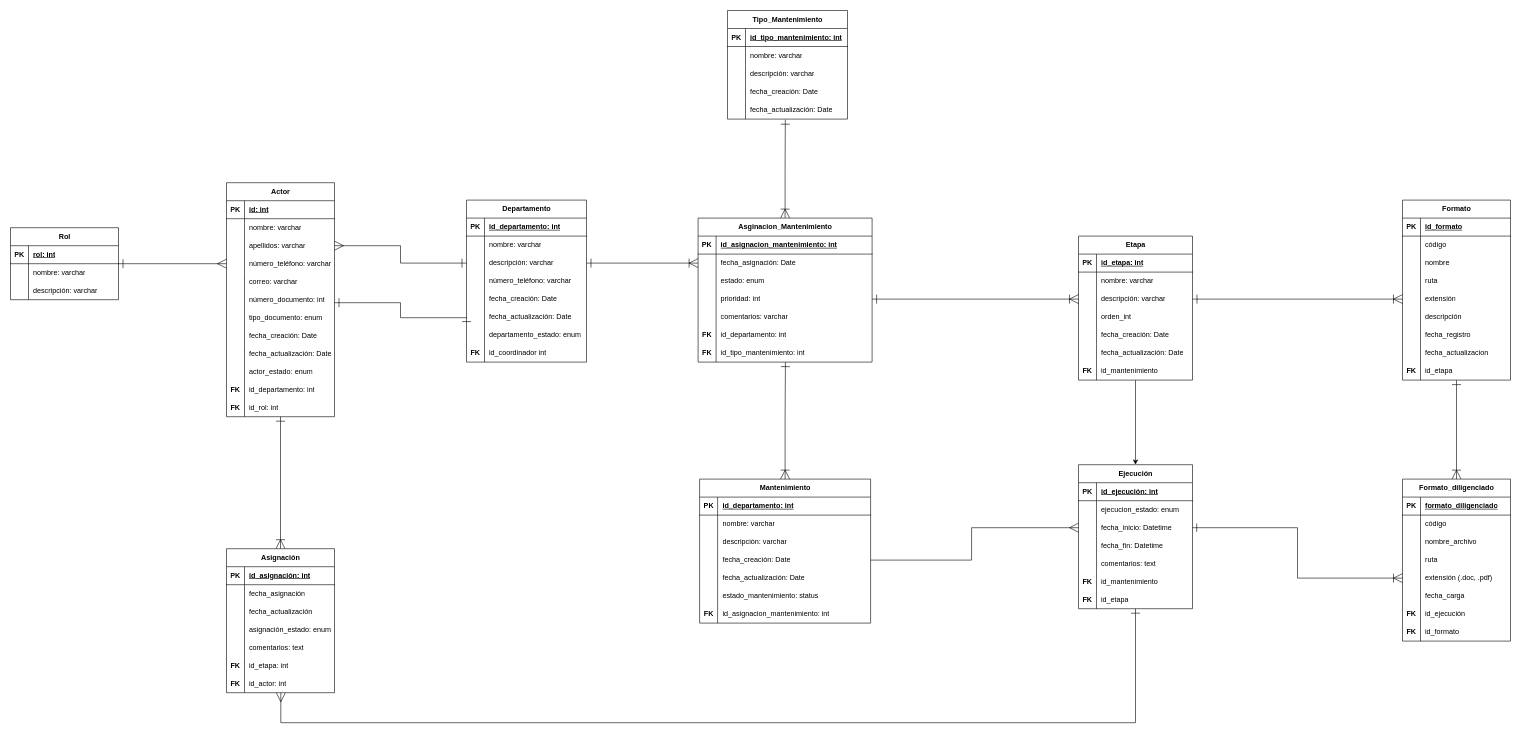
The draw.io diagram Relational model.drawio in DevKike/maintenance_management_system, before the edit. Source tidied: cells renumbered, new cells numbered last; positions are measured from the earlier drawing's top-left corner, leaving out a move shared by most shapes. Both pictures are drawn from the tidied source at 60%, with x=0, y=0 at pixel (10, 10).
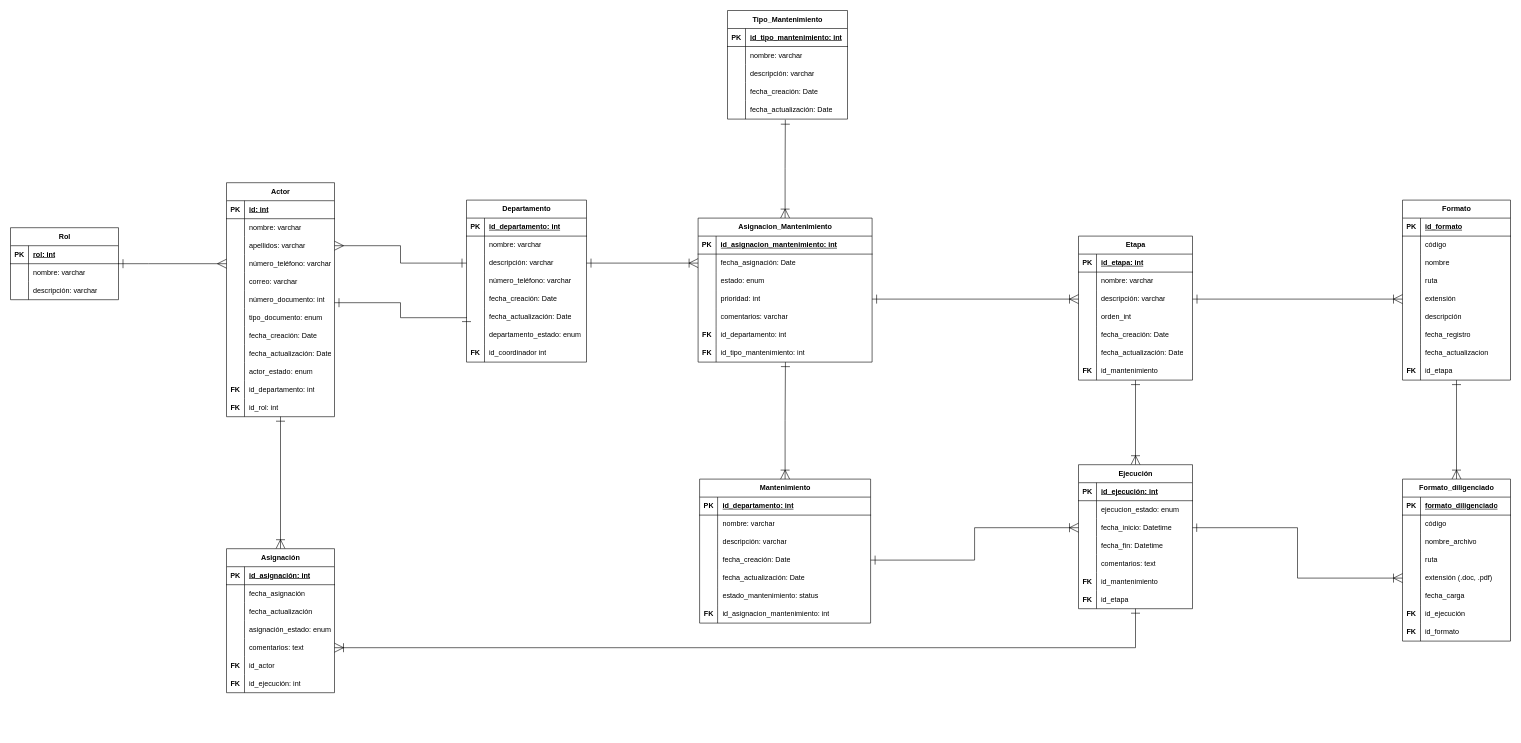
The same page after the edit.

The change refers to these unchanged cells:
```xml
<mxCell id="29" style="shape=tableRow;horizontal=0;startSize=0;swimlaneHead=0;swimlaneBody=0;fillColor=none;points=[[0,0.5],[1,0.5]];portConstraint=eastwest;top=0;left=0;right=0;bottom=0;" parent="19" vertex="1">
  <mxGeometry y="120" width="285" height="30" as="geometry" />
</mxCell>
<mxCell id="42" value="Etapa" style="shape=table;startSize=30;childLayout=tableLayout;rowLines=0;fontStyle=1;align=center;html=1;" parent="1" vertex="1">
  <mxGeometry x="1780" y="376" width="190" height="240" as="geometry" />
</mxCell>
<mxCell id="169" style="shape=tableRow;horizontal=0;startSize=0;swimlaneHead=0;swimlaneBody=0;fillColor=none;points=[[0,0.5],[1,0.5]];portConstraint=eastwest;top=0;left=0;right=0;bottom=0;" parent="156" vertex="1">
  <mxGeometry y="150" width="180" height="30" as="geometry" />
</mxCell>
<mxCell id="172" style="shape=tableRow;horizontal=0;startSize=0;swimlaneHead=0;swimlaneBody=0;fillColor=none;top=0;left=0;right=0;bottom=0;" parent="156" vertex="1">
  <mxGeometry y="180" width="180" height="30" as="geometry" />
</mxCell>
<mxCell id="175" style="shape=tableRow;horizontal=0;startSize=0;swimlaneHead=0;swimlaneBody=0;fillColor=none;points=[[0,0.5],[1,0.5]];portConstraint=eastwest;top=0;left=0;right=0;bottom=0;" parent="156" vertex="1">
  <mxGeometry y="210" width="180" height="30" as="geometry" />
</mxCell>
<mxCell id="243" value="Ejecución" style="shape=table;startSize=30;childLayout=tableLayout;rowLines=0;fontStyle=1;align=center;html=1;" parent="1" vertex="1">
  <mxGeometry x="1780" y="757" width="190" height="240" as="geometry" />
</mxCell>
<mxCell id="250" style="shape=tableRow;horizontal=0;startSize=0;swimlaneHead=0;swimlaneBody=0;fillColor=none;points=[[0,0.5],[1,0.5]];portConstraint=eastwest;top=0;left=0;right=0;bottom=0;" parent="243" vertex="1">
  <mxGeometry y="90" width="190" height="30" as="geometry" />
</mxCell>
```

What changed in the source:
```diff
@@
-    <mxCell id="41" style="edgeStyle=orthogonalEdgeStyle;rounded=0;jettySize=auto;html=1;entryX=0.5;entryY=0;entryDx=0;entryDy=0;" parent="1" edge="1" source="42" target="243">
+    <mxCell id="41" style="edgeStyle=orthogonalEdgeStyle;rounded=0;jettySize=auto;html=1;entryX=0.5;entryY=0;entryDx=0;entryDy=0;endSize=13;startSize=13;startArrow=ERone;startFill=0;endArrow=ERoneToMany;endFill=0;" parent="1" edge="1" source="42" target="243">
       <mxGeometry relative="1" as="geometry" />
     </mxCell>
@@
-    <mxCell id="174" value="id_etapa: int" style="shape=partialRectangle;fillColor=none;top=0;left=0;bottom=0;right=0;align=left;spacingLeft=6;overflow=hidden;whiteSpace=wrap;html=1;" parent="172" vertex="1">
+    <mxCell id="174" value="id_actor" style="shape=partialRectangle;fillColor=none;top=0;left=0;bottom=0;right=0;align=left;spacingLeft=6;overflow=hidden;whiteSpace=wrap;html=1;" parent="172" vertex="1">
       <mxGeometry x="30" width="150" height="30" as="geometry" />
     </mxCell>
@@
-    <mxCell id="177" value="id_actor: int" style="shape=partialRectangle;fillColor=none;top=0;left=0;bottom=0;right=0;align=left;spacingLeft=6;overflow=hidden;whiteSpace=wrap;html=1;" parent="175" vertex="1">
+    <mxCell id="177" value="id_ejecución: int" style="shape=partialRectangle;fillColor=none;top=0;left=0;bottom=0;right=0;align=left;spacingLeft=6;overflow=hidden;whiteSpace=wrap;html=1;" parent="175" vertex="1">
       <mxGeometry x="30" width="150" height="30" as="geometry" />
     </mxCell>
@@
-    <mxCell id="179" style="shape=connector;rounded=0;jettySize=auto;html=1;strokeColor=default;align=center;verticalAlign=middle;fontFamily=Helvetica;fontSize=11;fontColor=default;labelBackgroundColor=default;startArrow=ERmany;startFill=0;startSize=13;endArrow=ERone;endFill=0;endSize=13;exitX=0.503;exitY=1.005;exitDx=0;exitDy=0;exitPerimeter=0;edgeStyle=orthogonalEdgeStyle;entryX=0.5;entryY=1;entryDx=0;entryDy=0;" parent="1" edge="1" source="175" target="243">
-      <mxGeometry relative="1" as="geometry">
-        <Array as="points">
-          <mxPoint x="450" y="1187" />
-          <mxPoint x="1875" y="1187" />
-        </Array>
-      </mxGeometry>
+    <mxCell id="179" style="shape=connector;rounded=0;jettySize=auto;html=1;strokeColor=default;align=center;verticalAlign=middle;fontFamily=Helvetica;fontSize=11;fontColor=default;labelBackgroundColor=default;startArrow=ERoneToMany;startFill=0;startSize=13;endArrow=ERone;endFill=0;endSize=13;exitX=1;exitY=0.5;exitDx=0;exitDy=0;entryX=0.5;entryY=1;entryDx=0;entryDy=0;edgeStyle=orthogonalEdgeStyle;" parent="1" edge="1" source="169" target="243">
+      <mxGeometry relative="1" as="geometry" />
     </mxCell>
@@
-    <mxCell id="221" value="Asginacion_Mantenimiento" style="shape=table;startSize=30;childLayout=tableLayout;rowLines=0;fontStyle=1;align=center;html=1;" parent="1" vertex="1">
+    <mxCell id="221" value="Asignacion_Mantenimiento" style="shape=table;startSize=30;childLayout=tableLayout;rowLines=0;fontStyle=1;align=center;html=1;" parent="1" vertex="1">
       <mxGeometry x="1146" y="346" width="290" height="240" as="geometry" />
     </mxCell>
@@
-    <mxCell id="265" style="edgeStyle=orthogonalEdgeStyle;rounded=0;jettySize=auto;html=1;entryX=0;entryY=0.5;entryDx=0;entryDy=0;endArrow=ERmany;endFill=0;endSize=13;startSize=13;" parent="1" edge="1" source="29" target="250">
+    <mxCell id="265" style="edgeStyle=orthogonalEdgeStyle;rounded=0;jettySize=auto;html=1;entryX=0;entryY=0.5;entryDx=0;entryDy=0;endArrow=ERoneToMany;endFill=0;endSize=13;startSize=13;startArrow=ERone;startFill=0;" parent="1" edge="1" source="29" target="250">
       <mxGeometry relative="1" as="geometry" />
     </mxCell>
```
